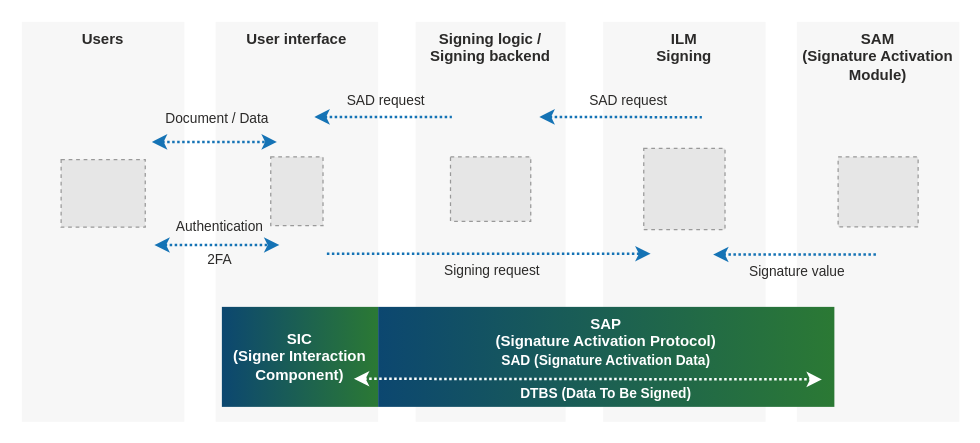
Earlier version of the draw.io diagram page "SignServer SCAL2" (3 of 4) of docs/assets/sam-integration/SCAL.drawio (OmniTrustILM/documentation). Source tidied: cells renumbered, new cells numbered last; positions are measured from the earlier drawing's top-left corner, leaving out a move shared by most shapes. Both pictures are drawn from the tidied source at 125%, with x=0, y=0 at pixel (21, 21). Pictures stored in the file or linked from it are replaced by grey dashed boxes.
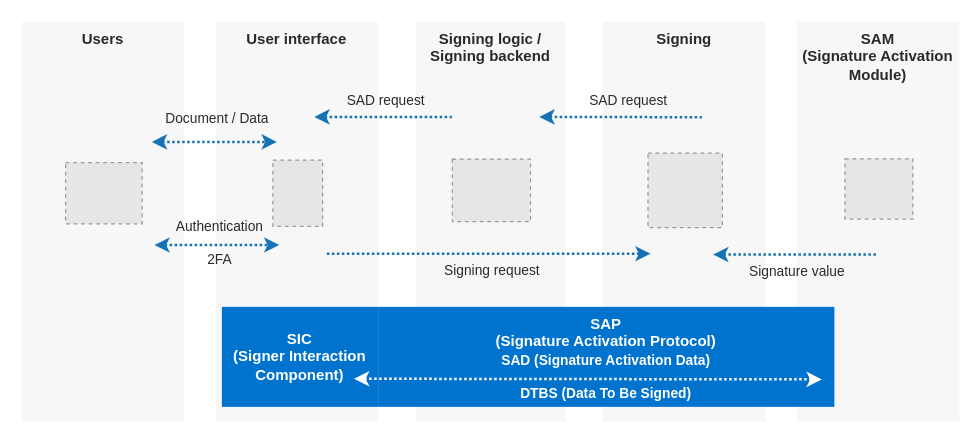
Above is the later version.

The edit, as a diff of the source:
```diff
@@
-    <mxCell id="4" value="SIC&lt;br&gt;(Signer Interaction Component)" style="rounded=0;whiteSpace=wrap;html=1;fontFamily=Arial;fontColor=#FFFFFF;verticalAlign=middle;strokeColor=none;fillColor=#2B7934;gradientColor=#0C4770;gradientDirection=west;fontStyle=1;" parent="1" vertex="1">
+    <mxCell id="4" value="SIC&lt;br&gt;(Signer Interaction Component)" style="rounded=0;whiteSpace=wrap;html=1;fontFamily=Arial;fontColor=#FFFFFF;verticalAlign=middle;strokeColor=none;fillColor=#0073CF;gradientColor=none;gradientDirection=west;fontStyle=1;" parent="1" vertex="1">
       <mxGeometry x="160" y="228" width="125" height="80" as="geometry" />
     </mxCell>
-    <mxCell id="5" value="ILM&lt;br&gt;Signing" style="rounded=0;whiteSpace=wrap;html=1;fontFamily=Arial;fontColor=#2b2a29;verticalAlign=top;strokeColor=none;fillColor=#F7F7F7;fontStyle=1;" parent="1" vertex="1">
+    <mxCell id="5" value="Signing" style="rounded=0;whiteSpace=wrap;html=1;fontFamily=Arial;fontColor=#2b2a29;verticalAlign=top;strokeColor=none;fillColor=#F7F7F7;fontStyle=1;" parent="1" vertex="1">
       <mxGeometry x="465" width="130" height="320" as="geometry" />
     </mxCell>
@@
-    <mxCell id="14" value="SAP&lt;br&gt;(Signature Activation Protocol)" style="rounded=0;whiteSpace=wrap;html=1;fontFamily=Arial;verticalAlign=top;strokeColor=none;fillColor=#2B7934;fontColor=#FFFFFF;gradientColor=#0C4770;gradientDirection=west;fontStyle=1;" parent="1" vertex="1">
+    <mxCell id="14" value="SAP&lt;br&gt;(Signature Activation Protocol)" style="rounded=0;whiteSpace=wrap;html=1;fontFamily=Arial;verticalAlign=top;strokeColor=none;fillColor=#0073CF;fontColor=#FFFFFF;gradientColor=none;gradientDirection=west;fontStyle=1;" parent="1" vertex="1">
       <mxGeometry x="285" y="228" width="365" height="80" as="geometry" />
     </mxCell>
@@
-    <mxCell id="23" style="fillColor=#E6E6E6;strokeColor=#999999;dashed=1;verticalLabelPosition=bottom;labelBackgroundColor=default;verticalAlign=top;fontFamily=Arial;" parent="1" vertex="1">
-      <mxGeometry x="31.4" y="110.2" width="67.3" height="54" as="geometry" />
-    </mxCell>
-    <mxCell id="24" style="fillColor=#E6E6E6;strokeColor=#999999;dashed=1;verticalLabelPosition=bottom;labelBackgroundColor=default;verticalAlign=top;fontFamily=Arial;" parent="1" vertex="1">
-      <mxGeometry x="199.1" y="108" width="41.8" height="55" as="geometry" />
-    </mxCell>
-    <mxCell id="25" style="fillColor=#E6E6E6;strokeColor=#999999;dashed=1;verticalLabelPosition=bottom;labelBackgroundColor=default;verticalAlign=top;fontFamily=Arial;" parent="1" vertex="1">
-      <mxGeometry x="342.9" y="108" width="64.2" height="51.5" as="geometry" />
-    </mxCell>
-    <mxCell id="26" style="fillColor=#E6E6E6;strokeColor=#999999;dashed=1;verticalLabelPosition=bottom;labelBackgroundColor=default;verticalAlign=top;fontFamily=Arial;" parent="1" vertex="1">
-      <mxGeometry x="497.5" y="101.2" width="65" height="65" as="geometry" />
-    </mxCell>
-    <mxCell id="27" style="fillColor=#E6E6E6;strokeColor=#999999;dashed=1;verticalLabelPosition=bottom;labelBackgroundColor=default;verticalAlign=top;fontFamily=Arial;" parent="1" vertex="1">
-      <mxGeometry x="653" y="108" width="64" height="56" as="geometry" />
-    </mxCell>
+    <mxCell id="28" style="fillColor=#E6E6E6;strokeColor=#999999;dashed=1;verticalLabelPosition=bottom;labelBackgroundColor=default;verticalAlign=top;" parent="1" vertex="1">
+      <mxGeometry x="500.9" y="105" width="59.5" height="59.5" as="geometry" />
+    </mxCell>
+    <mxCell id="29" style="fillColor=#E6E6E6;strokeColor=#999999;dashed=1;verticalLabelPosition=bottom;labelBackgroundColor=default;verticalAlign=top;" parent="1" vertex="1">
+      <mxGeometry x="35" y="112.5" width="61.2" height="49" as="geometry" />
+    </mxCell>
+    <mxCell id="30" style="fillColor=#E6E6E6;strokeColor=#999999;dashed=1;verticalLabelPosition=bottom;labelBackgroundColor=default;verticalAlign=top;" parent="1" vertex="1">
+      <mxGeometry x="344.4" y="109.8" width="62.5" height="50" as="geometry" />
+    </mxCell>
+    <mxCell id="31" style="fillColor=#E6E6E6;strokeColor=#999999;dashed=1;verticalLabelPosition=bottom;labelBackgroundColor=default;verticalAlign=top;" parent="1" vertex="1">
+      <mxGeometry x="658.5" y="109.5" width="54.3" height="48.2" as="geometry" />
+    </mxCell>
+    <mxCell id="32" style="fillColor=#E6E6E6;strokeColor=#999999;dashed=1;verticalLabelPosition=bottom;labelBackgroundColor=default;verticalAlign=top;" parent="1" vertex="1">
+      <mxGeometry x="200.8" y="110.5" width="39.8" height="53" as="geometry" />
+    </mxCell>
```
